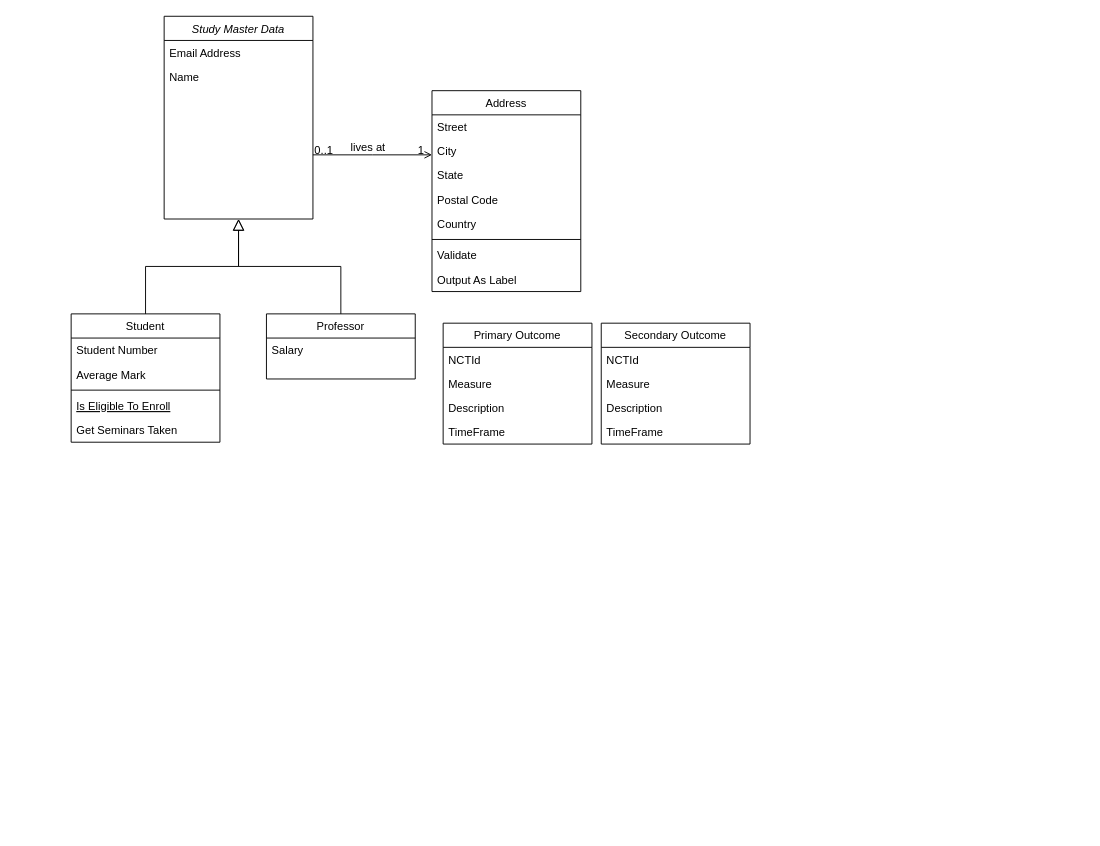
Before: Snowflake_Database.drawio in arnaud-dg/CT_gov_project, a draw.io diagram. Source tidied: cells renumbered, new cells numbered last; positions are measured from the earlier drawing's top-left corner, leaving out a move shared by most shapes. Both pictures are drawn from the tidied source at 93%, with x=0, y=0 at pixel (71, 16).
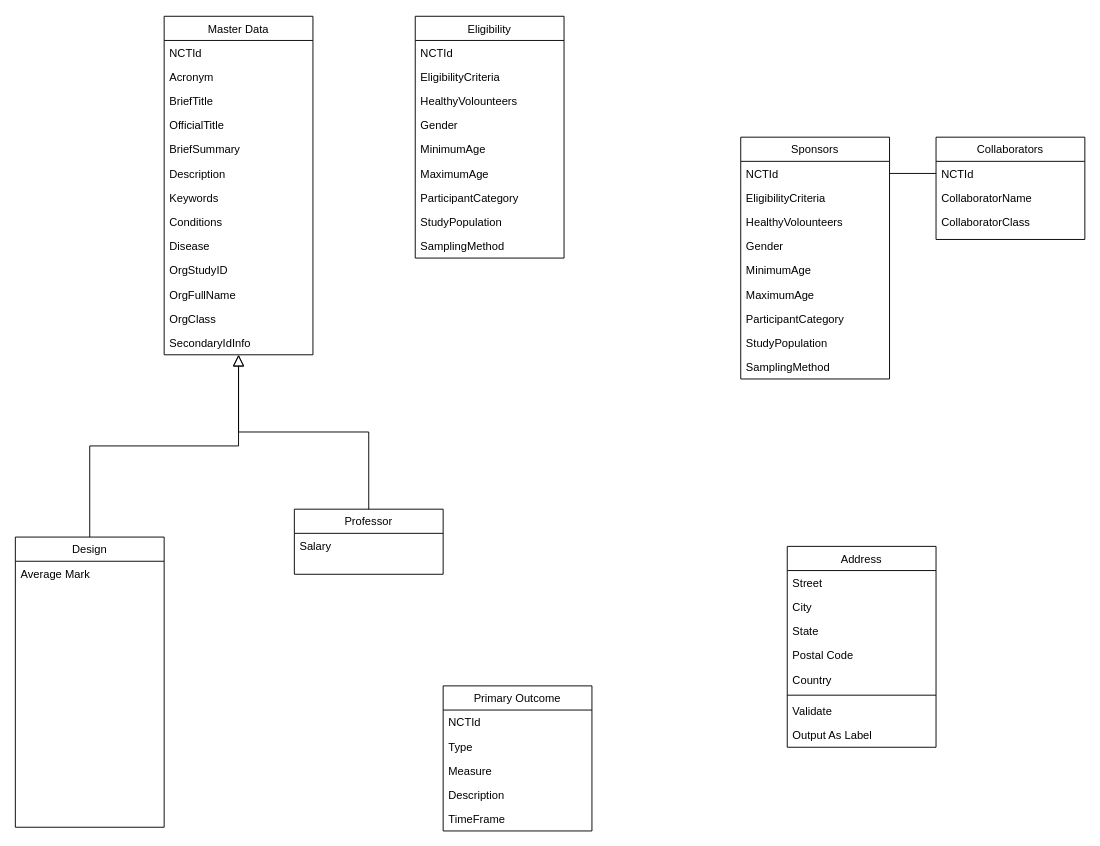
After the change.

Commit message:
Mettre à jour Snowflake_Database.drawio

Diff of the diagram source:
```diff
@@
-    <mxCell id="2" value="Study Master Data" style="swimlane;fontStyle=2;align=center;verticalAlign=top;horizontal=1;startSize=26;rounded=0;shadow=0;strokeWidth=1;" parent="1" vertex="1">
-      <mxGeometry x="100" width="160" height="218" as="geometry" />
+    <mxCell id="2" value="Master Data" style="swimlane;fontStyle=0;align=center;verticalAlign=top;horizontal=1;startSize=26;rounded=0;shadow=0;strokeWidth=1;" parent="1" vertex="1">
+      <mxGeometry x="100" width="160" height="364" as="geometry" />
     </mxCell>
-    <mxCell id="3" value="Email Address" style="text;align=left;verticalAlign=top;spacingLeft=4;spacingRight=4;overflow=hidden;rounded=0;shadow=0;html=0;" parent="2" vertex="1">
+    <mxCell id="3" value="NCTId" style="text;align=left;verticalAlign=top;spacingLeft=4;spacingRight=4;overflow=hidden;rounded=0;shadow=0;html=0;" parent="2" vertex="1">
       <mxGeometry y="26" width="160" height="26" as="geometry" />
     </mxCell>
-    <mxCell id="4" value="Name" style="text;align=left;verticalAlign=top;spacingLeft=4;spacingRight=4;overflow=hidden;" parent="2" vertex="1">
+    <mxCell id="4" value="Acronym" style="text;align=left;verticalAlign=top;spacingLeft=4;spacingRight=4;overflow=hidden;" parent="2" vertex="1">
       <mxGeometry y="52" width="160" height="26" as="geometry" />
     </mxCell>
+    <mxCell id="43" value="BriefTitle" style="text;align=left;verticalAlign=top;spacingLeft=4;spacingRight=4;overflow=hidden;rounded=0;shadow=0;html=0;" parent="2" vertex="1">
+      <mxGeometry y="78" width="160" height="26" as="geometry" />
+    </mxCell>
-    <mxCell id="5" style="text;align=left;verticalAlign=top;spacingLeft=4;spacingRight=4;overflow=hidden;rounded=0;shadow=0;html=0;" parent="2" vertex="1">
-      <mxGeometry y="78" width="160" height="26" as="geometry" />
+    <mxCell id="5" value="OfficialTitle" style="text;align=left;verticalAlign=top;spacingLeft=4;spacingRight=4;overflow=hidden;rounded=0;shadow=0;html=0;" parent="2" vertex="1">
+      <mxGeometry y="104" width="160" height="26" as="geometry" />
     </mxCell>
-    <mxCell id="6" style="text;align=left;verticalAlign=top;spacingLeft=4;spacingRight=4;overflow=hidden;rounded=0;shadow=0;html=0;" parent="2" vertex="1">
-      <mxGeometry y="104" width="160" height="26" as="geometry" />
+    <mxCell id="6" value="BriefSummary" style="text;align=left;verticalAlign=top;spacingLeft=4;spacingRight=4;overflow=hidden;rounded=0;shadow=0;html=0;" parent="2" vertex="1">
+      <mxGeometry y="130" width="160" height="26" as="geometry" />
     </mxCell>
-    <mxCell id="7" style="text;align=left;verticalAlign=top;spacingLeft=4;spacingRight=4;overflow=hidden;rounded=0;shadow=0;html=0;" parent="2" vertex="1">
-      <mxGeometry y="130" width="160" height="26" as="geometry" />
+    <mxCell id="7" value="Description" style="text;align=left;verticalAlign=top;spacingLeft=4;spacingRight=4;overflow=hidden;rounded=0;shadow=0;html=0;" parent="2" vertex="1">
+      <mxGeometry y="156" width="160" height="26" as="geometry" />
     </mxCell>
-    <mxCell id="8" style="text;align=left;verticalAlign=top;spacingLeft=4;spacingRight=4;overflow=hidden;rounded=0;shadow=0;html=0;" parent="2" vertex="1">
-      <mxGeometry y="156" width="160" height="26" as="geometry" />
+    <mxCell id="8" value="Keywords" style="text;align=left;verticalAlign=top;spacingLeft=4;spacingRight=4;overflow=hidden;rounded=0;shadow=0;html=0;" parent="2" vertex="1">
+      <mxGeometry y="182" width="160" height="26" as="geometry" />
     </mxCell>
-    <mxCell id="9" style="text;align=left;verticalAlign=top;spacingLeft=4;spacingRight=4;overflow=hidden;rounded=0;shadow=0;html=0;" parent="2" vertex="1">
-      <mxGeometry y="182" width="160" height="26" as="geometry" />
+    <mxCell id="9" value="Conditions" style="text;align=left;verticalAlign=top;spacingLeft=4;spacingRight=4;overflow=hidden;rounded=0;shadow=0;html=0;" parent="2" vertex="1">
+      <mxGeometry y="208" width="160" height="26" as="geometry" />
     </mxCell>
+    <mxCell id="44" value="Disease" style="text;align=left;verticalAlign=top;spacingLeft=4;spacingRight=4;overflow=hidden;rounded=0;shadow=0;html=0;" parent="2" vertex="1">
+      <mxGeometry y="234" width="160" height="26" as="geometry" />
+    </mxCell>
+    <mxCell id="45" value="OrgStudyID" style="text;align=left;verticalAlign=top;spacingLeft=4;spacingRight=4;overflow=hidden;rounded=0;shadow=0;html=0;" parent="2" vertex="1">
+      <mxGeometry y="260" width="160" height="26" as="geometry" />
+    </mxCell>
+    <mxCell id="46" value="OrgFullName" style="text;align=left;verticalAlign=top;spacingLeft=4;spacingRight=4;overflow=hidden;rounded=0;shadow=0;html=0;" parent="2" vertex="1">
+      <mxGeometry y="286" width="160" height="26" as="geometry" />
+    </mxCell>
+    <mxCell id="47" value="OrgClass" style="text;align=left;verticalAlign=top;spacingLeft=4;spacingRight=4;overflow=hidden;rounded=0;shadow=0;html=0;" parent="2" vertex="1">
+      <mxGeometry y="312" width="160" height="26" as="geometry" />
+    </mxCell>
+    <mxCell id="48" value="SecondaryIdInfo" style="text;align=left;verticalAlign=top;spacingLeft=4;spacingRight=4;overflow=hidden;rounded=0;shadow=0;html=0;" parent="2" vertex="1">
+      <mxGeometry y="338" width="160" height="26" as="geometry" />
+    </mxCell>
-    <mxCell id="10" value="Student" style="swimlane;fontStyle=0;align=center;verticalAlign=top;horizontal=1;startSize=26;rounded=0;shadow=0;strokeWidth=1;" parent="1" vertex="1">
-      <mxGeometry y="320" width="160" height="138" as="geometry" />
+    <mxCell id="10" value="Design" style="swimlane;fontStyle=0;align=center;verticalAlign=top;horizontal=1;startSize=26;rounded=0;shadow=0;strokeWidth=1;" parent="1" vertex="1">
+      <mxGeometry x="-60" y="560" width="160" height="312" as="geometry" />
     </mxCell>
-    <mxCell id="11" value="Student Number" style="text;align=left;verticalAlign=top;spacingLeft=4;spacingRight=4;overflow=hidden;" parent="10" vertex="1">
-      <mxGeometry y="26" width="160" height="26" as="geometry" />
-    </mxCell>
     <mxCell id="12" value="Average Mark" style="text;align=left;verticalAlign=top;spacingLeft=4;spacingRight=4;overflow=hidden;rounded=0;shadow=0;html=0;" parent="10" vertex="1">
-      <mxGeometry y="52" width="160" height="26" as="geometry" />
+      <mxGeometry y="26" width="160" height="26" as="geometry" />
     </mxCell>
-    <mxCell id="13" style="line;html=1;strokeWidth=1;align=left;verticalAlign=middle;spacingTop=-1;spacingLeft=3;spacingRight=3;labelPosition=right;" parent="10" vertex="1">
-      <mxGeometry y="78" width="160" height="8" as="geometry" />
-    </mxCell>
-    <mxCell id="14" value="Is Eligible To Enroll" style="text;align=left;verticalAlign=top;spacingLeft=4;spacingRight=4;overflow=hidden;fontStyle=4;" parent="10" vertex="1">
-      <mxGeometry y="86" width="160" height="26" as="geometry" />
-    </mxCell>
-    <mxCell id="15" value="Get Seminars Taken" style="text;align=left;verticalAlign=top;spacingLeft=4;spacingRight=4;overflow=hidden;" parent="10" vertex="1">
-      <mxGeometry y="112" width="160" height="26" as="geometry" />
-    </mxCell>
+    <mxCell id="49" style="text;align=left;verticalAlign=top;spacingLeft=4;spacingRight=4;overflow=hidden;rounded=0;shadow=0;html=0;" parent="10" vertex="1">
+      <mxGeometry y="52" width="160" height="26" as="geometry" />
+    </mxCell>
+    <mxCell id="50" style="text;align=left;verticalAlign=top;spacingLeft=4;spacingRight=4;overflow=hidden;rounded=0;shadow=0;html=0;" parent="10" vertex="1">
+      <mxGeometry y="78" width="160" height="26" as="geometry" />
+    </mxCell>
+    <mxCell id="51" style="text;align=left;verticalAlign=top;spacingLeft=4;spacingRight=4;overflow=hidden;rounded=0;shadow=0;html=0;" parent="10" vertex="1">
+      <mxGeometry y="104" width="160" height="26" as="geometry" />
+    </mxCell>
+    <mxCell id="52" style="text;align=left;verticalAlign=top;spacingLeft=4;spacingRight=4;overflow=hidden;rounded=0;shadow=0;html=0;" parent="10" vertex="1">
+      <mxGeometry y="130" width="160" height="26" as="geometry" />
+    </mxCell>
+    <mxCell id="53" style="text;align=left;verticalAlign=top;spacingLeft=4;spacingRight=4;overflow=hidden;rounded=0;shadow=0;html=0;" parent="10" vertex="1">
+      <mxGeometry y="156" width="160" height="26" as="geometry" />
+    </mxCell>
+    <mxCell id="54" style="text;align=left;verticalAlign=top;spacingLeft=4;spacingRight=4;overflow=hidden;rounded=0;shadow=0;html=0;" parent="10" vertex="1">
+      <mxGeometry y="182" width="160" height="26" as="geometry" />
+    </mxCell>
+    <mxCell id="55" style="text;align=left;verticalAlign=top;spacingLeft=4;spacingRight=4;overflow=hidden;rounded=0;shadow=0;html=0;" parent="10" vertex="1">
+      <mxGeometry y="208" width="160" height="26" as="geometry" />
+    </mxCell>
+    <mxCell id="56" style="text;align=left;verticalAlign=top;spacingLeft=4;spacingRight=4;overflow=hidden;rounded=0;shadow=0;html=0;" parent="10" vertex="1">
+      <mxGeometry y="234" width="160" height="26" as="geometry" />
+    </mxCell>
+    <mxCell id="57" style="text;align=left;verticalAlign=top;spacingLeft=4;spacingRight=4;overflow=hidden;rounded=0;shadow=0;html=0;" parent="10" vertex="1">
+      <mxGeometry y="260" width="160" height="26" as="geometry" />
+    </mxCell>
+    <mxCell id="58" style="text;align=left;verticalAlign=top;spacingLeft=4;spacingRight=4;overflow=hidden;rounded=0;shadow=0;html=0;" parent="10" vertex="1">
+      <mxGeometry y="286" width="160" height="26" as="geometry" />
+    </mxCell>
@@
     <mxCell id="17" value="Professor" style="swimlane;fontStyle=0;align=center;verticalAlign=top;horizontal=1;startSize=26;rounded=0;shadow=0;strokeWidth=1;" parent="1" vertex="1">
-      <mxGeometry x="210" y="320" width="160" height="70" as="geometry" />
+      <mxGeometry x="240" y="530" width="160" height="70" as="geometry" />
     </mxCell>
@@
     <mxCell id="20" value="Address" style="swimlane;fontStyle=0;align=center;verticalAlign=top;horizontal=1;startSize=26;rounded=0;shadow=0;strokeWidth=1;" parent="1" vertex="1">
-      <mxGeometry x="388" y="80" width="160" height="216" as="geometry" />
+      <mxGeometry x="770" y="570" width="160" height="216" as="geometry" />
     </mxCell>
@@
-    <mxCell id="29" style="endArrow=open;shadow=0;strokeWidth=1;rounded=0;endFill=1;edgeStyle=elbowEdgeStyle;elbow=vertical;" parent="1" edge="1" source="2" target="20">
-      <mxGeometry x="0.5" y="41" relative="1" as="geometry">
-        <mxPoint x="-40" y="32" as="offset" />
-      </mxGeometry>
-    </mxCell>
-    <mxCell id="30" value="0..1" style="align=left;verticalAlign=bottom;labelBackgroundColor=none;fontSize=12;" parent="29" vertex="1">
-      <mxGeometry x="-1" relative="1" as="geometry">
-        <mxPoint y="4" as="offset" />
-      </mxGeometry>
-    </mxCell>
-    <mxCell id="31" value="1" style="align=right;verticalAlign=bottom;labelBackgroundColor=none;fontSize=12;" parent="29" vertex="1">
-      <mxGeometry x="1" relative="1" as="geometry">
-        <mxPoint x="-7" y="4" as="offset" />
-      </mxGeometry>
-    </mxCell>
-    <mxCell id="32" value="lives at" style="text;html=1;align=center;verticalAlign=middle;labelBackgroundColor=none;rounded=0;shadow=0;strokeWidth=1;fontSize=12;" parent="29" vertex="1">
-      <mxGeometry x="0.5" y="49" relative="1" as="geometry">
-        <mxPoint x="-38" y="40" as="offset" />
-      </mxGeometry>
-    </mxCell>
     <mxCell id="33" value="Primary Outcome" style="swimlane;fontStyle=0;align=center;verticalAlign=top;horizontal=1;startSize=26;rounded=0;shadow=0;strokeWidth=1;" parent="1" vertex="1">
-      <mxGeometry x="400" y="330" width="160" height="130" as="geometry" />
+      <mxGeometry x="400" y="720" width="160" height="156" as="geometry" />
     </mxCell>
-    <mxCell id="34" value="NCTId" style="text;align=left;verticalAlign=top;spacingLeft=4;spacingRight=4;overflow=hidden;" parent="33" vertex="1">
-      <mxGeometry y="26" width="160" height="26" as="geometry" />
-    </mxCell>
+    <mxCell id="59" value="NCTId" style="text;align=left;verticalAlign=top;spacingLeft=4;spacingRight=4;overflow=hidden;" parent="33" vertex="1">
+      <mxGeometry y="26" width="160" height="26" as="geometry" />
+    </mxCell>
+    <mxCell id="60" value="Type" style="text;align=left;verticalAlign=top;spacingLeft=4;spacingRight=4;overflow=hidden;" parent="33" vertex="1">
+      <mxGeometry y="52" width="160" height="26" as="geometry" />
+    </mxCell>
     <mxCell id="35" value="Measure" style="text;align=left;verticalAlign=top;spacingLeft=4;spacingRight=4;overflow=hidden;" parent="33" vertex="1">
-      <mxGeometry y="52" width="160" height="26" as="geometry" />
+      <mxGeometry y="78" width="160" height="26" as="geometry" />
     </mxCell>
     <mxCell id="36" value="Description" style="text;align=left;verticalAlign=top;spacingLeft=4;spacingRight=4;overflow=hidden;" parent="33" vertex="1">
-      <mxGeometry y="78" width="160" height="26" as="geometry" />
+      <mxGeometry y="104" width="160" height="26" as="geometry" />
     </mxCell>
     <mxCell id="37" value="TimeFrame" style="text;align=left;verticalAlign=top;spacingLeft=4;spacingRight=4;overflow=hidden;" parent="33" vertex="1">
-      <mxGeometry y="104" width="160" height="26" as="geometry" />
+      <mxGeometry y="130" width="160" height="26" as="geometry" />
     </mxCell>
-    <mxCell id="38" value="Secondary Outcome" style="swimlane;fontStyle=0;align=center;verticalAlign=top;horizontal=1;startSize=26;rounded=0;shadow=0;strokeWidth=1;" parent="1" vertex="1">
-      <mxGeometry x="570" y="330" width="160" height="130" as="geometry" />
-    </mxCell>
-    <mxCell id="39" value="NCTId" style="text;align=left;verticalAlign=top;spacingLeft=4;spacingRight=4;overflow=hidden;" parent="38" vertex="1">
-      <mxGeometry y="26" width="160" height="26" as="geometry" />
-    </mxCell>
-    <mxCell id="40" value="Measure" style="text;align=left;verticalAlign=top;spacingLeft=4;spacingRight=4;overflow=hidden;" parent="38" vertex="1">
-      <mxGeometry y="52" width="160" height="26" as="geometry" />
-    </mxCell>
-    <mxCell id="41" value="Description" style="text;align=left;verticalAlign=top;spacingLeft=4;spacingRight=4;overflow=hidden;" parent="38" vertex="1">
-      <mxGeometry y="78" width="160" height="26" as="geometry" />
-    </mxCell>
-    <mxCell id="42" value="TimeFrame" style="text;align=left;verticalAlign=top;spacingLeft=4;spacingRight=4;overflow=hidden;" parent="38" vertex="1">
-      <mxGeometry y="104" width="160" height="26" as="geometry" />
-    </mxCell>
+    <mxCell id="61" value="Eligibility" style="swimlane;fontStyle=0;align=center;verticalAlign=top;horizontal=1;startSize=26;rounded=0;shadow=0;strokeWidth=1;" parent="1" vertex="1">
+      <mxGeometry x="370" width="160" height="260" as="geometry" />
+    </mxCell>
+    <mxCell id="62" value="NCTId" style="text;align=left;verticalAlign=top;spacingLeft=4;spacingRight=4;overflow=hidden;" parent="61" vertex="1">
+      <mxGeometry y="26" width="160" height="26" as="geometry" />
+    </mxCell>
+    <mxCell id="63" value="EligibilityCriteria" style="text;align=left;verticalAlign=top;spacingLeft=4;spacingRight=4;overflow=hidden;rounded=0;shadow=0;html=0;" parent="61" vertex="1">
+      <mxGeometry y="52" width="160" height="26" as="geometry" />
+    </mxCell>
+    <mxCell id="64" value="HealthyVolounteers" style="text;align=left;verticalAlign=top;spacingLeft=4;spacingRight=4;overflow=hidden;rounded=0;shadow=0;html=0;" parent="61" vertex="1">
+      <mxGeometry y="78" width="160" height="26" as="geometry" />
+    </mxCell>
+    <mxCell id="65" value="Gender" style="text;align=left;verticalAlign=top;spacingLeft=4;spacingRight=4;overflow=hidden;rounded=0;shadow=0;html=0;" parent="61" vertex="1">
+      <mxGeometry y="104" width="160" height="26" as="geometry" />
+    </mxCell>
+    <mxCell id="66" value="MinimumAge" style="text;align=left;verticalAlign=top;spacingLeft=4;spacingRight=4;overflow=hidden;rounded=0;shadow=0;html=0;" parent="61" vertex="1">
+      <mxGeometry y="130" width="160" height="26" as="geometry" />
+    </mxCell>
+    <mxCell id="67" value="MaximumAge" style="text;align=left;verticalAlign=top;spacingLeft=4;spacingRight=4;overflow=hidden;rounded=0;shadow=0;html=0;" parent="61" vertex="1">
+      <mxGeometry y="156" width="160" height="26" as="geometry" />
+    </mxCell>
+    <mxCell id="68" value="ParticipantCategory" style="text;align=left;verticalAlign=top;spacingLeft=4;spacingRight=4;overflow=hidden;rounded=0;shadow=0;html=0;" parent="61" vertex="1">
+      <mxGeometry y="182" width="160" height="26" as="geometry" />
+    </mxCell>
+    <mxCell id="69" value="StudyPopulation" style="text;align=left;verticalAlign=top;spacingLeft=4;spacingRight=4;overflow=hidden;rounded=0;shadow=0;html=0;" parent="61" vertex="1">
+      <mxGeometry y="208" width="160" height="26" as="geometry" />
+    </mxCell>
+    <mxCell id="70" value="SamplingMethod" style="text;align=left;verticalAlign=top;spacingLeft=4;spacingRight=4;overflow=hidden;rounded=0;shadow=0;html=0;" parent="61" vertex="1">
+      <mxGeometry y="234" width="160" height="26" as="geometry" />
+    </mxCell>
+    <mxCell id="71" value="Sponsors" style="swimlane;fontStyle=0;align=center;verticalAlign=top;horizontal=1;startSize=26;rounded=0;shadow=0;strokeWidth=1;" parent="1" vertex="1">
+      <mxGeometry x="720" y="130" width="160" height="260" as="geometry" />
+    </mxCell>
+    <mxCell id="72" value="NCTId" style="text;align=left;verticalAlign=top;spacingLeft=4;spacingRight=4;overflow=hidden;points=[[0,0.5],[1,0.5]];portConstraint=eastwest;" parent="71" vertex="1">
+      <mxGeometry y="26" width="160" height="26" as="geometry" />
+    </mxCell>
+    <mxCell id="73" value="EligibilityCriteria" style="text;align=left;verticalAlign=top;spacingLeft=4;spacingRight=4;overflow=hidden;rounded=0;shadow=0;html=0;" parent="71" vertex="1">
+      <mxGeometry y="52" width="160" height="26" as="geometry" />
+    </mxCell>
+    <mxCell id="74" value="HealthyVolounteers" style="text;align=left;verticalAlign=top;spacingLeft=4;spacingRight=4;overflow=hidden;rounded=0;shadow=0;html=0;" parent="71" vertex="1">
+      <mxGeometry y="78" width="160" height="26" as="geometry" />
+    </mxCell>
+    <mxCell id="75" value="Gender" style="text;align=left;verticalAlign=top;spacingLeft=4;spacingRight=4;overflow=hidden;rounded=0;shadow=0;html=0;" parent="71" vertex="1">
+      <mxGeometry y="104" width="160" height="26" as="geometry" />
+    </mxCell>
+    <mxCell id="76" value="MinimumAge" style="text;align=left;verticalAlign=top;spacingLeft=4;spacingRight=4;overflow=hidden;rounded=0;shadow=0;html=0;" parent="71" vertex="1">
+      <mxGeometry y="130" width="160" height="26" as="geometry" />
+    </mxCell>
+    <mxCell id="77" value="MaximumAge" style="text;align=left;verticalAlign=top;spacingLeft=4;spacingRight=4;overflow=hidden;rounded=0;shadow=0;html=0;" parent="71" vertex="1">
+      <mxGeometry y="156" width="160" height="26" as="geometry" />
+    </mxCell>
+    <mxCell id="78" value="ParticipantCategory" style="text;align=left;verticalAlign=top;spacingLeft=4;spacingRight=4;overflow=hidden;rounded=0;shadow=0;html=0;" parent="71" vertex="1">
+      <mxGeometry y="182" width="160" height="26" as="geometry" />
+    </mxCell>
+    <mxCell id="79" value="StudyPopulation" style="text;align=left;verticalAlign=top;spacingLeft=4;spacingRight=4;overflow=hidden;rounded=0;shadow=0;html=0;" parent="71" vertex="1">
+      <mxGeometry y="208" width="160" height="26" as="geometry" />
+    </mxCell>
+    <mxCell id="80" value="SamplingMethod" style="text;align=left;verticalAlign=top;spacingLeft=4;spacingRight=4;overflow=hidden;rounded=0;shadow=0;html=0;" parent="71" vertex="1">
+      <mxGeometry y="234" width="160" height="26" as="geometry" />
+    </mxCell>
+    <mxCell id="81" value="Collaborators" style="swimlane;fontStyle=0;align=center;verticalAlign=top;horizontal=1;startSize=26;rounded=0;shadow=0;strokeWidth=1;" parent="1" vertex="1">
+      <mxGeometry x="930" y="130" width="160" height="110" as="geometry" />
+    </mxCell>
+    <mxCell id="82" value="NCTId" style="text;align=left;verticalAlign=top;spacingLeft=4;spacingRight=4;overflow=hidden;points=[[0,0.5],[1,0.5]];portConstraint=eastwest;" parent="81" vertex="1">
+      <mxGeometry y="26" width="160" height="26" as="geometry" />
+    </mxCell>
+    <mxCell id="83" value="CollaboratorName" style="text;align=left;verticalAlign=top;spacingLeft=4;spacingRight=4;overflow=hidden;rounded=0;shadow=0;html=0;" parent="81" vertex="1">
+      <mxGeometry y="52" width="160" height="26" as="geometry" />
+    </mxCell>
+    <mxCell id="84" value="CollaboratorClass" style="text;align=left;verticalAlign=top;spacingLeft=4;spacingRight=4;overflow=hidden;rounded=0;shadow=0;html=0;" parent="81" vertex="1">
+      <mxGeometry y="78" width="160" height="26" as="geometry" />
+    </mxCell>
+    <mxCell id="85" style="edgeStyle=none;rounded=0;jettySize=auto;html=1;entryX=0;entryY=0.5;entryDx=0;entryDy=0;horizontal=1;endArrow=none;endFill=0;exitX=1;exitY=0.5;exitDx=0;exitDy=0;" parent="1" edge="1" source="72" target="82">
+      <mxGeometry relative="1" as="geometry" />
+    </mxCell>
```
